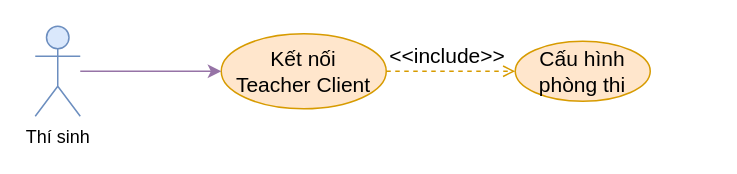
This is document/temp/draw/usecase_phanra/usecase_ketnoiteacherclient.drawio from copecute/Edudex-Quiz, a draw.io file, before an edit. Source tidied: cells renumbered, new cells numbered last; positions are measured from the earlier drawing's top-left corner, leaving out a move shared by most shapes. Both pictures are drawn from the tidied source at 150%, with x=0, y=0 at pixel (34, 26).
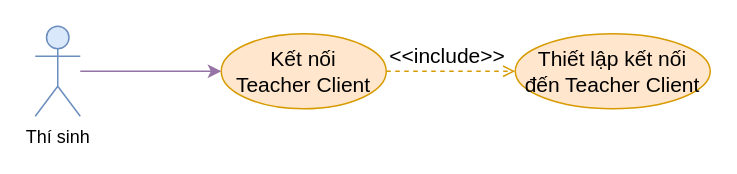
After the change.

Diff of the diagram source:
```diff
@@
 <mxGraphModel>
   <root>
     <mxCell id="0" />
     <mxCell id="1" parent="0" />
     <mxCell id="2" value="Kết nối&lt;br&gt;Teacher Client" style="ellipse;whiteSpace=wrap;html=1;fillColor=#ffe6cc;strokeColor=#d79b00;fontSize=14;" parent="1" vertex="1">
       <mxGeometry x="124" y="5" width="110" height="50" as="geometry" />
     </mxCell>
     <mxCell id="3" style="rounded=0;jettySize=auto;html=1;exitX=1;exitY=0.5;exitDx=0;exitDy=0;entryX=0;entryY=0.5;entryDx=0;entryDy=0;fillColor=#ffe6cc;strokeColor=#d79b00;dashed=1;fontSize=14;endArrow=open;endFill=0;" parent="1" edge="1" source="2" target="4">
       <mxGeometry relative="1" as="geometry" />
     </mxCell>
-    <mxCell id="4" value="Cấu hình phòng thi" style="ellipse;whiteSpace=wrap;html=1;fillColor=#ffe6cc;strokeColor=#d79b00;fontSize=14;" parent="1" vertex="1">
-      <mxGeometry x="320" y="10" width="90" height="40" as="geometry" />
+    <mxCell id="4" value="Thiết lập kết nối&lt;br&gt;đến Teacher Client" style="ellipse;whiteSpace=wrap;html=1;fillColor=#ffe6cc;strokeColor=#d79b00;fontSize=14;" parent="1" vertex="1">
+      <mxGeometry x="320" y="5" width="130" height="50" as="geometry" />
     </mxCell>
     <mxCell id="5" value="&amp;lt;&amp;lt;include&amp;gt;&amp;gt;" style="text;html=1;strokeColor=none;fillColor=none;align=center;verticalAlign=middle;whiteSpace=wrap;rounded=0;fontSize=14;" parent="1" vertex="1">
       <mxGeometry x="245" y="5" width="60" height="30" as="geometry" />
     </mxCell>
     <mxCell id="6" value="Thí sinh" style="shape=umlActor;verticalLabelPosition=bottom;verticalAlign=top;html=1;outlineConnect=0;fillColor=#dae8fc;strokeColor=#6c8ebf;" parent="1" vertex="1">
       <mxGeometry width="30" height="60" as="geometry" />
     </mxCell>
     <mxCell id="7" style="rounded=0;jettySize=auto;html=1;fillColor=#e1d5e7;strokeColor=#9673a6;entryX=0;entryY=0.5;entryDx=0;entryDy=0;" parent="1" edge="1" source="6" target="2">
       <mxGeometry relative="1" as="geometry" />
     </mxCell>
   </root>
 </mxGraphModel>
```
